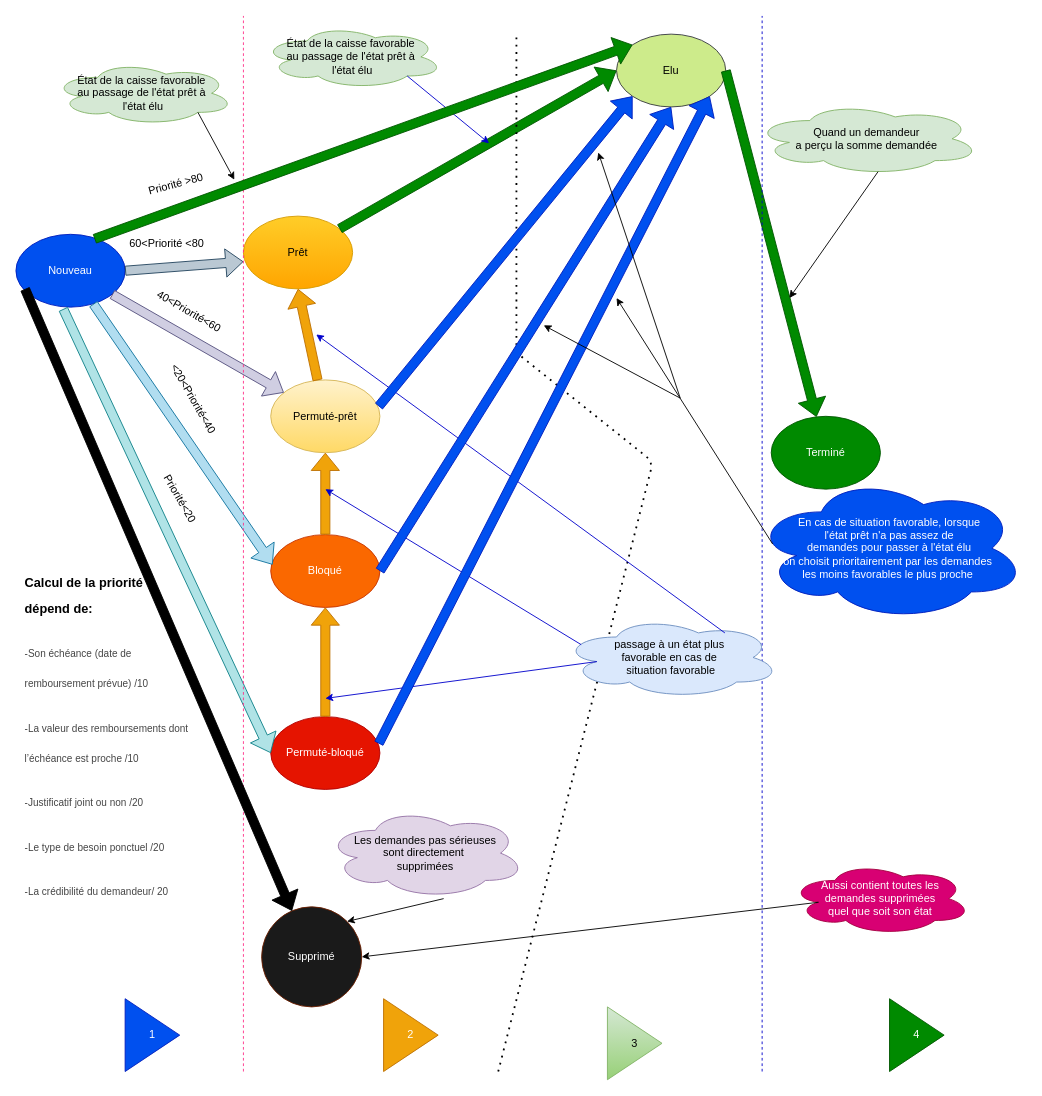
This is Untitled Diagram.drawio from ambou-97/Sutura, a draw.io file, before an edit. Source tidied: cells renumbered, new cells numbered last; positions are measured from the earlier drawing's top-left corner, leaving out a move shared by most shapes. Both pictures are drawn from the tidied source at 91%, with x=0, y=0 at pixel (15, 15).
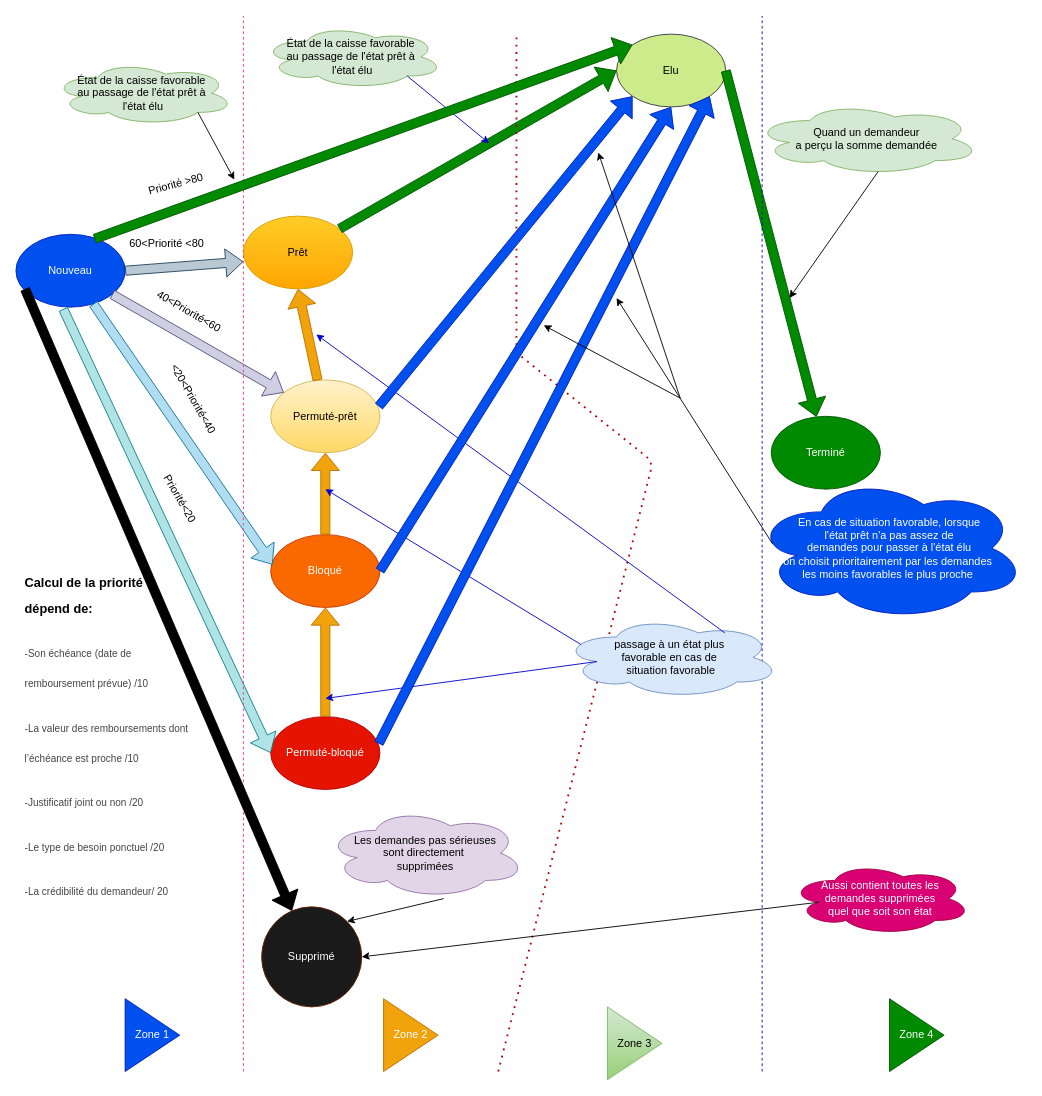
Above is the later version.

Commit message:
nomination des zones

What changed in the source:
```diff
@@
-    <mxCell id="24" style="endArrow=none;dashed=1;html=1;dashPattern=1 3;strokeWidth=2;fillColor=#FF2146;" parent="1" edge="1">
+    <mxCell id="24" style="endArrow=none;dashed=1;html=1;dashPattern=1 3;strokeWidth=2;fillColor=#e51400;strokeColor=#B20000;" parent="1" edge="1">
       <mxGeometry relative="1" as="geometry">
         <mxPoint x="530" y="1160" as="sourcePoint" />
         <mxPoint x="550" y="20" as="targetPoint" />
         <Array as="points">
           <mxPoint x="700" y="490" />
           <mxPoint x="550" y="370" />
         </Array>
       </mxGeometry>
     </mxCell>
@@
-    <mxCell id="33" value="1" style="triangle;whiteSpace=wrap;html=1;fillColor=#0050ef;strokeColor=#001DBC;fontColor=#ffffff;" parent="1" vertex="1">
+    <mxCell id="33" value="Zone 1" style="triangle;whiteSpace=wrap;html=1;fillColor=#0050ef;strokeColor=#001DBC;fontColor=#ffffff;" parent="1" vertex="1">
       <mxGeometry x="120" y="1080" width="60" height="80" as="geometry" />
     </mxCell>
-    <mxCell id="34" value="2" style="triangle;whiteSpace=wrap;html=1;fillColor=#f0a30a;strokeColor=#BD7000;fontColor=#ffffff;" parent="1" vertex="1">
+    <mxCell id="34" value="Zone 2" style="triangle;whiteSpace=wrap;html=1;fillColor=#f0a30a;strokeColor=#BD7000;fontColor=#ffffff;" parent="1" vertex="1">
       <mxGeometry x="404" y="1080" width="60" height="80" as="geometry" />
     </mxCell>
-    <mxCell id="35" value="3" style="triangle;whiteSpace=wrap;html=1;gradientColor=#97d077;fillColor=#d5e8d4;strokeColor=#82b366;" parent="1" vertex="1">
+    <mxCell id="35" value="Zone 3" style="triangle;whiteSpace=wrap;html=1;gradientColor=#97d077;fillColor=#d5e8d4;strokeColor=#82b366;" parent="1" vertex="1">
       <mxGeometry x="650" y="1089" width="60" height="80" as="geometry" />
     </mxCell>
-    <mxCell id="36" value="4" style="triangle;whiteSpace=wrap;html=1;fillColor=#008a00;strokeColor=#005700;fontColor=#ffffff;" parent="1" vertex="1">
+    <mxCell id="36" value="Zone 4" style="triangle;whiteSpace=wrap;html=1;fillColor=#008a00;strokeColor=#005700;fontColor=#ffffff;" parent="1" vertex="1">
       <mxGeometry x="960" y="1080" width="60" height="80" as="geometry" />
     </mxCell>
```
